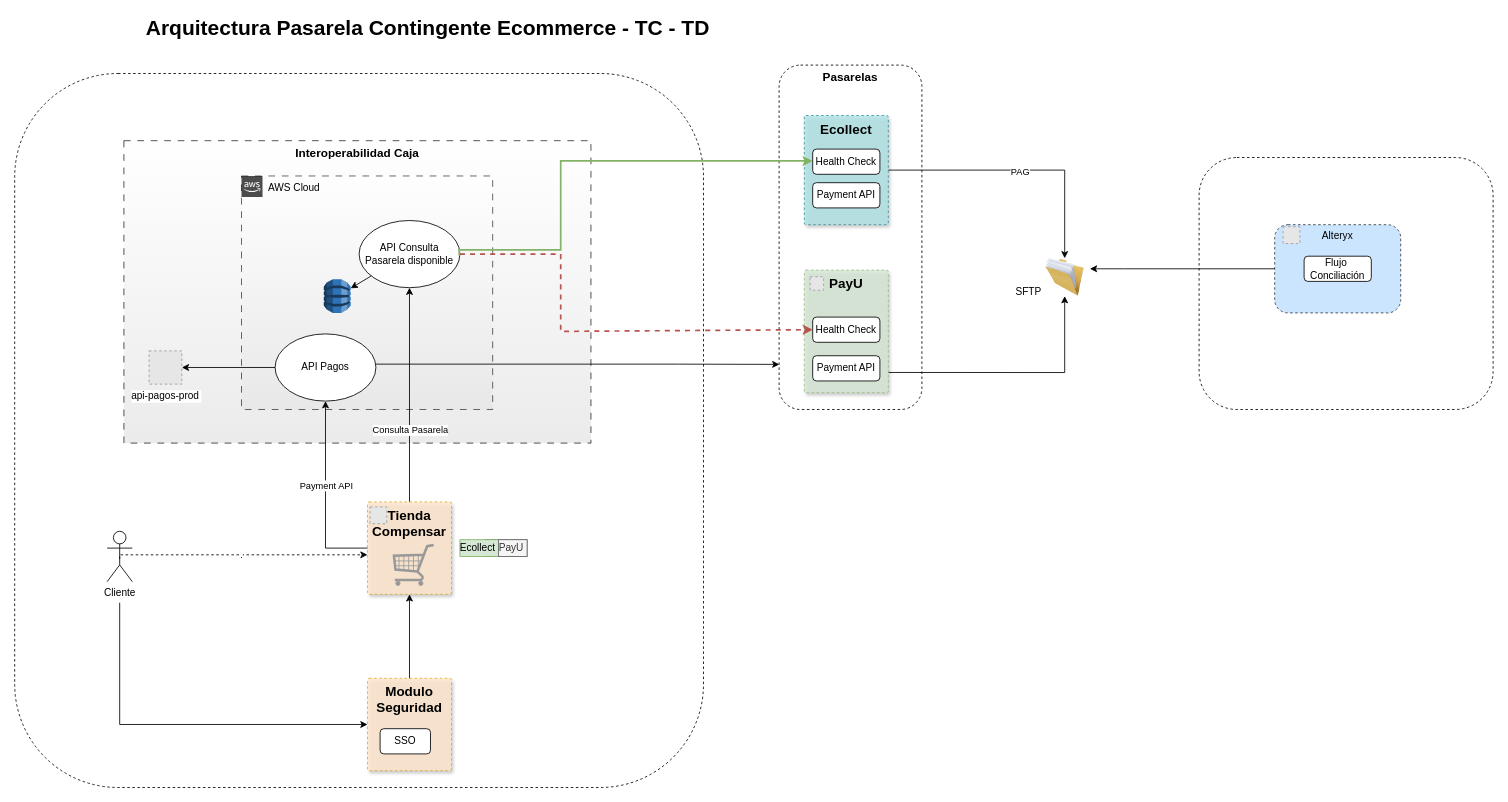
This is page "Tienda" (1 of 3) of Pasarela contingente.drawio from carlosvalderrama1204/diagrams, a draw.io file, before an edit. Source tidied: cells renumbered, new cells numbered last; positions are measured from the earlier drawing's top-left corner, leaving out a move shared by most shapes. Both pictures are drawn from the tidied source at 84%, with x=0, y=0 at pixel (14, 14). Pictures stored in the file or linked from it are replaced by grey dashed boxes.
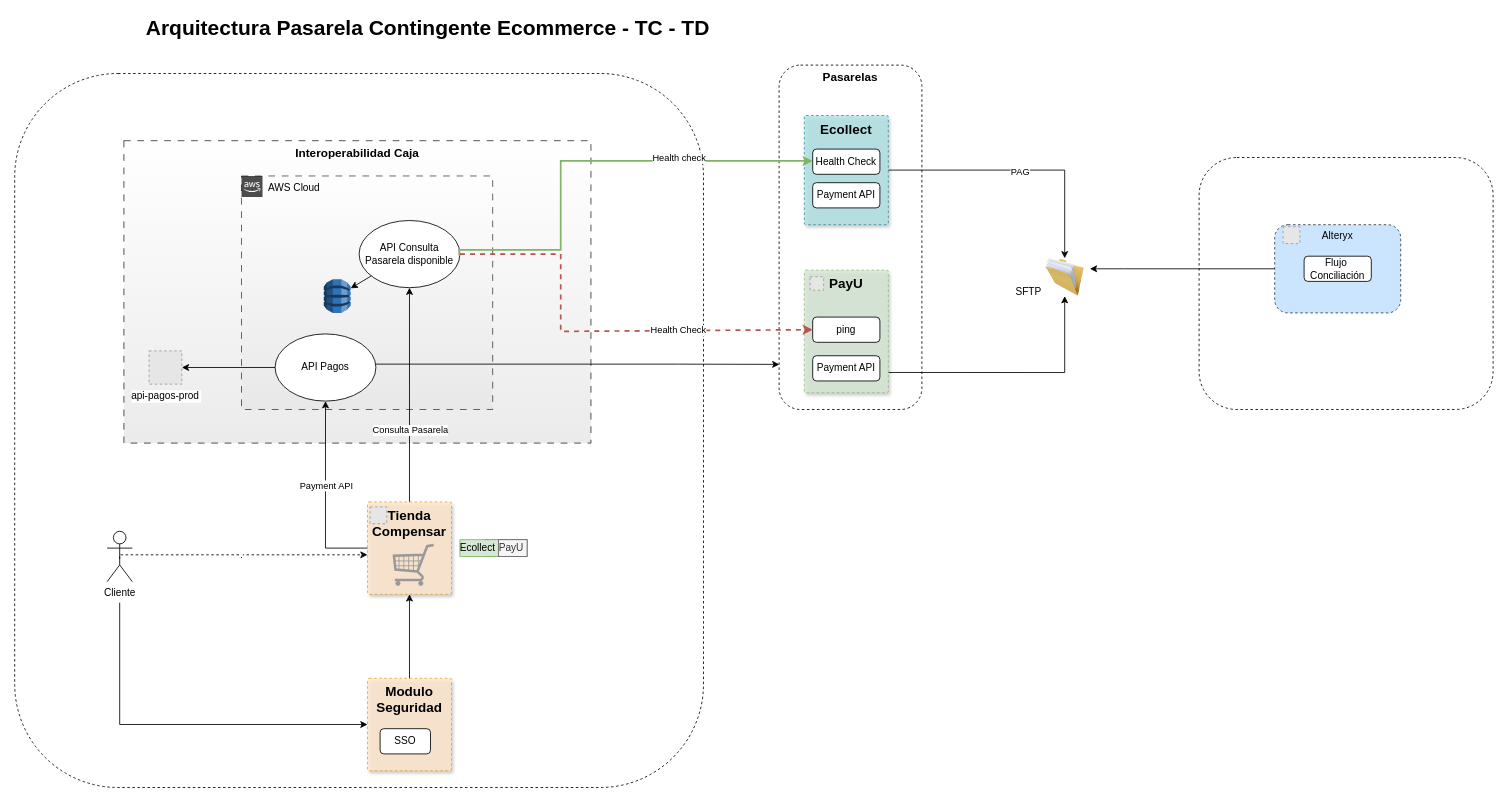
Above is the later version.

Unchanged cells that the change refers to:
```xml
<mxCell id="41" style="group;" parent="1" vertex="1">
  <mxGeometry x="940" y="304" width="100" height="146" as="geometry" />
</mxCell>
<mxCell id="49" style="endArrow=classic;html=1;rounded=0;exitX=1;exitY=0.5;exitDx=0;exitDy=0;entryX=0;entryY=0.5;entryDx=0;entryDy=0;fillColor=#f8cecc;gradientColor=#ea6b66;strokeColor=#b85450;strokeWidth=2;dashed=1;" parent="1" edge="1" source="9" target="44">
  <mxGeometry relative="1" as="geometry">
    <Array as="points">
      <mxPoint x="650" y="285" />
      <mxPoint x="650" y="377" />
    </Array>
  </mxGeometry>
</mxCell>
<mxCell id="50" style="edgeStyle=orthogonalEdgeStyle;rounded=0;jettySize=auto;html=1;fillColor=#d5e8d4;gradientColor=#97d077;strokeColor=#82b366;strokeWidth=2;entryX=0.017;entryY=0.47;entryDx=0;entryDy=0;entryPerimeter=0;exitX=0.993;exitY=0.522;exitDx=0;exitDy=0;exitPerimeter=0;" parent="1" edge="1" source="9">
  <mxGeometry relative="1" as="geometry">
    <mxPoint x="950" y="174.1" as="targetPoint" />
    <Array as="points">
      <mxPoint x="529" y="280" />
      <mxPoint x="650" y="280" />
      <mxPoint x="650" y="174" />
    </Array>
  </mxGeometry>
</mxCell>
```

Change to the diagram source:
```diff
@@
-    <mxCell id="44" value="Health Check" style="rounded=1;whiteSpace=wrap;html=1;" parent="41" vertex="1">
+    <mxCell id="44" value="ping" style="rounded=1;whiteSpace=wrap;html=1;" parent="41" vertex="1">
       <mxGeometry x="10" y="56" width="80" height="30" as="geometry" />
     </mxCell>
@@
+    <mxCell id="55" value="Health Check" style="edgeLabel;html=1;align=center;verticalAlign=middle;" parent="49" vertex="1">
+      <mxGeometry x="0.21" y="3" relative="1" as="geometry">
+        <mxPoint x="42" y="2" as="offset" />
+      </mxGeometry>
+    </mxCell>
@@
+    <mxCell id="56" value="Health check" style="edgeLabel;html=1;align=center;verticalAlign=middle;" parent="50" vertex="1">
+      <mxGeometry x="0.27" y="1" relative="1" as="geometry">
+        <mxPoint x="35" y="-3" as="offset" />
+      </mxGeometry>
+    </mxCell>
```
